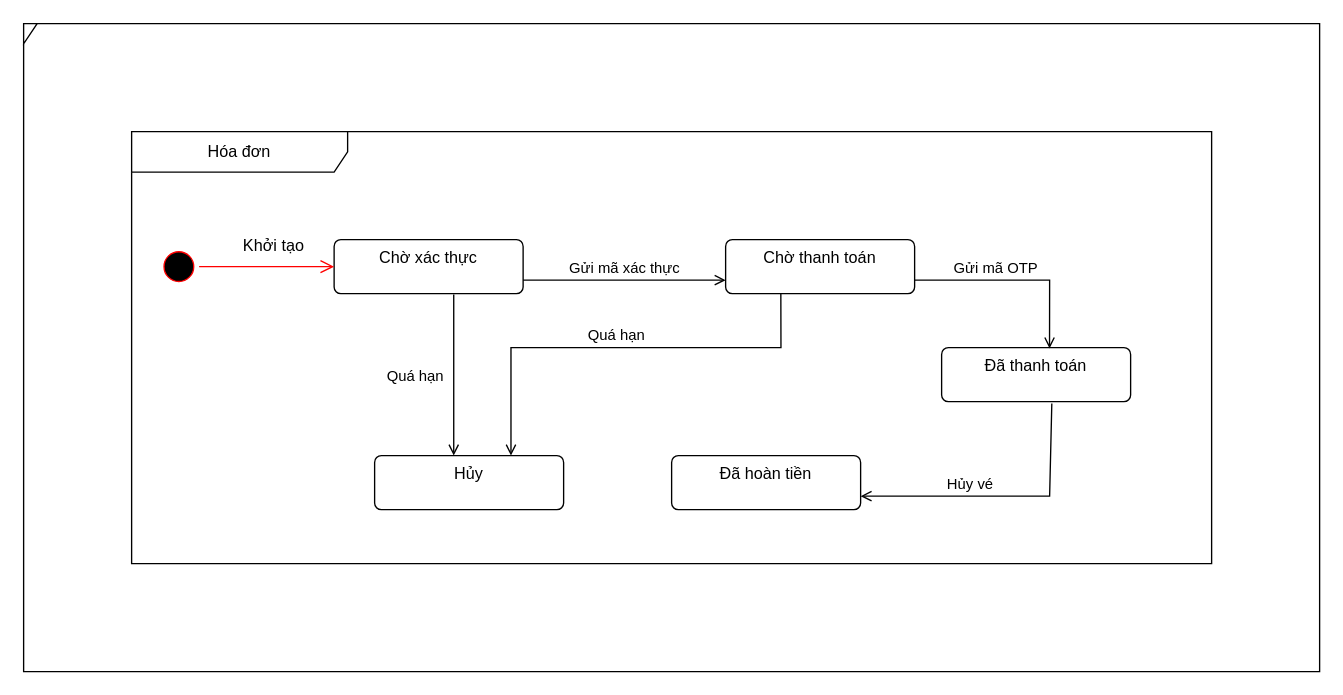
Before: State Machine Diagram/Payment.drawio in dvhAoU1374/IT3120-PTTKHT, a draw.io diagram. Source tidied: cells renumbered, new cells numbered last; positions are measured from the earlier drawing's top-left corner, leaving out a move shared by most shapes. Both pictures are drawn from the tidied source at 135%, with x=0, y=0 at pixel (23, 23).
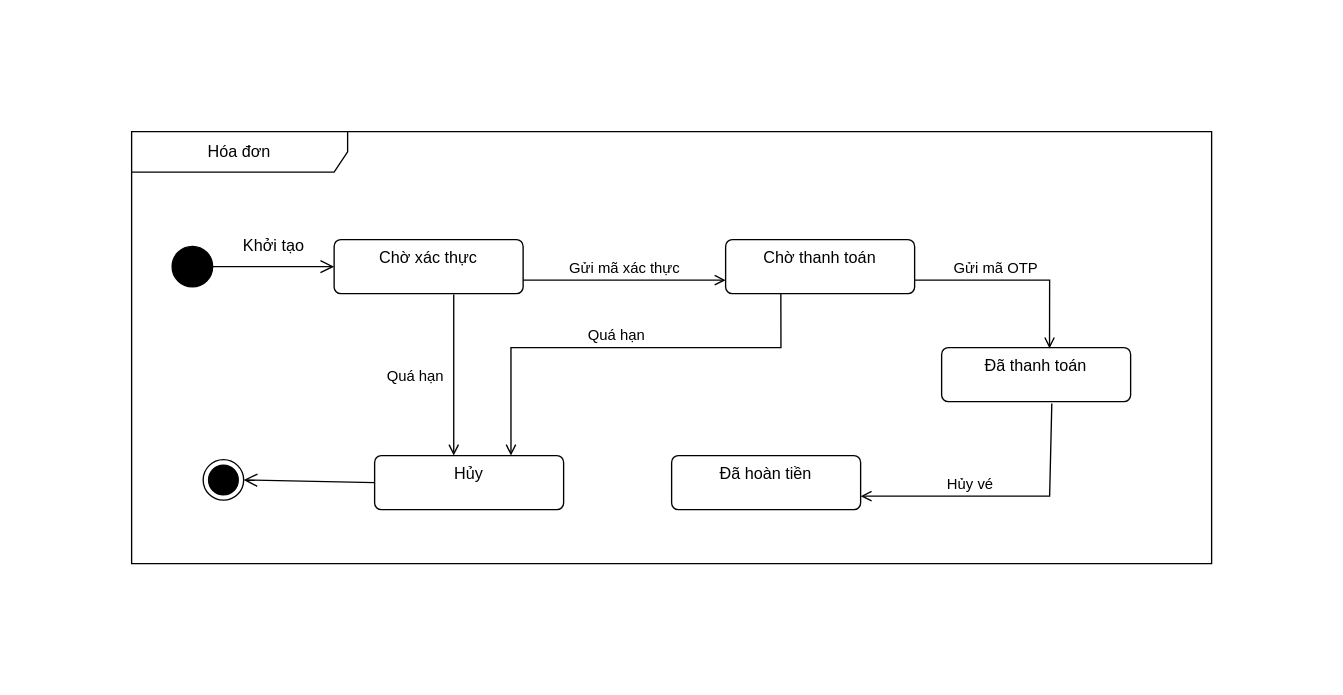
Above is the later version.

The change refers to these unchanged cells:
```xml
<mxCell id="2" value="Chờ xác thực" style="html=1;align=center;verticalAlign=top;rounded=1;absoluteArcSize=1;arcSize=10;dashed=0;whiteSpace=wrap;" parent="1" vertex="1">
  <mxGeometry x="230" y="160" width="140" height="40" as="geometry" />
</mxCell>
<mxCell id="7" value="Hủy" style="html=1;align=center;verticalAlign=top;rounded=1;absoluteArcSize=1;arcSize=10;dashed=0;whiteSpace=wrap;" parent="1" vertex="1">
  <mxGeometry x="260" y="320" width="140" height="40" as="geometry" />
</mxCell>
<mxCell id="15" value="Hóa đơn" style="shape=umlFrame;whiteSpace=wrap;html=1;width=160;" parent="1" vertex="1">
  <mxGeometry x="80" y="80" width="800" height="320" as="geometry" />
</mxCell>
```

Change to the diagram source:
```diff
@@
-    <mxCell id="3" style="ellipse;html=1;shape=startState;fillColor=#000000;strokeColor=#ff0000;" parent="1" vertex="1">
-      <mxGeometry x="100" y="165" width="30" height="30" as="geometry" />
-    </mxCell>
-    <mxCell id="4" style="edgeStyle=orthogonalEdgeStyle;html=1;verticalAlign=bottom;endArrow=open;endSize=8;strokeColor=#ff0000;rounded=0;entryX=0;entryY=0.5;entryDx=0;entryDy=0;fillColor=#000000;" parent="1" edge="1" source="3" target="2">
-      <mxGeometry relative="1" as="geometry" />
-    </mxCell>
@@
-    <mxCell id="16" style="shape=umlFrame;whiteSpace=wrap;html=1;width=10;height=15;" parent="1" vertex="1">
-      <mxGeometry width="960" height="480" as="geometry" />
-    </mxCell>
+    <mxCell id="17" style="ellipse;html=1;shape=endState;fillColor=strokeColor;" parent="15" vertex="1">
+      <mxGeometry x="53" y="243" width="30" height="30" as="geometry" />
+    </mxCell>
+    <mxCell id="18" style="ellipse;fillColor=strokeColor;html=1;" parent="15" vertex="1">
+      <mxGeometry x="30" y="85" width="30" height="30" as="geometry" />
+    </mxCell>
+    <mxCell id="19" style="endArrow=open;startArrow=none;endFill=0;startFill=0;endSize=8;html=1;verticalAlign=bottom;labelBackgroundColor=none;strokeWidth=1;rounded=0;exitX=1;exitY=0.5;exitDx=0;exitDy=0;entryX=0;entryY=0.5;entryDx=0;entryDy=0;" parent="1" edge="1" source="18" target="2">
+      <mxGeometry relative="1" as="geometry" />
+    </mxCell>
+    <mxCell id="20" style="endArrow=open;startArrow=none;endFill=0;startFill=0;endSize=8;html=1;verticalAlign=bottom;labelBackgroundColor=none;strokeWidth=1;rounded=0;exitX=0;exitY=0.5;exitDx=0;exitDy=0;entryX=1;entryY=0.5;entryDx=0;entryDy=0;" parent="1" edge="1" source="7" target="17">
+      <mxGeometry relative="1" as="geometry" />
+    </mxCell>
```
